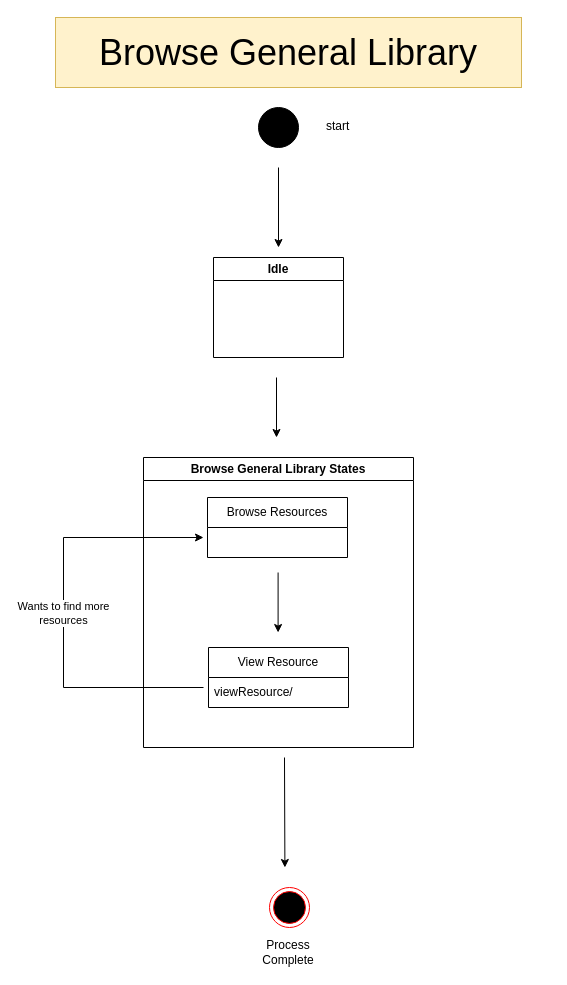
The draw.io diagram page "Browse General Library" (4 of 6) of Models/State Machine Diagram.drawio in ParkinnAuto/StudyMate, before the edit. Source tidied: cells renumbered, new cells numbered last; positions are measured from the earlier drawing's top-left corner, leaving out a move shared by most shapes. Both pictures are drawn from the tidied source at 100%, with x=0, y=0 at pixel (55, 17).
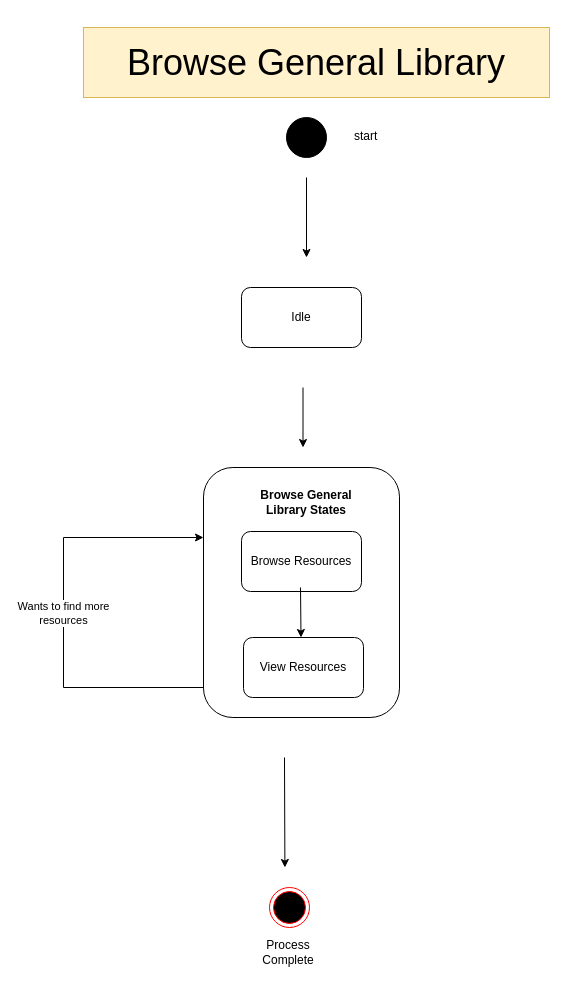
The same diagram, later.

What changed in the source:
```diff
@@
     <mxCell id="2" value="&lt;font style=&quot;font-size: 36px;&quot;&gt;Browse General Library&lt;/font&gt;" style="rounded=0;whiteSpace=wrap;html=1;fillColor=#fff2cc;strokeColor=#d6b656;" parent="1" vertex="1">
-      <mxGeometry width="466" height="70" as="geometry" />
+      <mxGeometry x="28" y="10" width="466" height="70" as="geometry" />
     </mxCell>
     <mxCell id="3" style="ellipse;whiteSpace=wrap;html=1;fillColor=#000000;" parent="1" vertex="1">
-      <mxGeometry x="203" y="90" width="40" height="40" as="geometry" />
+      <mxGeometry x="231" y="100" width="40" height="40" as="geometry" />
     </mxCell>
     <mxCell id="4" value="start" style="text;whiteSpace=wrap;" parent="1" vertex="1">
-      <mxGeometry x="269" y="95" width="30" height="30" as="geometry" />
+      <mxGeometry x="297" y="105" width="30" height="30" as="geometry" />
     </mxCell>
     <mxCell id="5" style="endArrow=classic;html=1;rounded=0;" parent="1" edge="1">
       <mxGeometry relative="1" as="geometry">
-        <mxPoint x="223" y="150" as="sourcePoint" />
-        <mxPoint x="223" y="230" as="targetPoint" />
+        <mxPoint x="251" y="160" as="sourcePoint" />
+        <mxPoint x="251" y="240" as="targetPoint" />
       </mxGeometry>
     </mxCell>
-    <mxCell id="6" value="Idle" style="swimlane;whiteSpace=wrap;html=1;" parent="1" vertex="1">
-      <mxGeometry x="158" y="240" width="130" height="100" as="geometry" />
-    </mxCell>
-    <mxCell id="7" value="Browse General Library States" style="swimlane;whiteSpace=wrap;html=1;" parent="1" vertex="1">
-      <mxGeometry x="88" y="440" width="270" height="290" as="geometry" />
-    </mxCell>
-    <mxCell id="8" style="endArrow=classic;html=1;rounded=0;entryX=0.5;entryY=0;entryDx=0;entryDy=0;" parent="7" edge="1">
-      <mxGeometry relative="1" as="geometry">
-        <mxPoint x="134.6" y="115" as="sourcePoint" />
-        <mxPoint x="134.6" y="175" as="targetPoint" />
-      </mxGeometry>
-    </mxCell>
-    <mxCell id="9" value="Browse Resources" style="swimlane;fontStyle=0;horizontal=1;startSize=30;whiteSpace=wrap;html=1;" parent="7" vertex="1">
-      <mxGeometry x="64" y="40" width="140" height="60" as="geometry" />
-    </mxCell>
-    <mxCell id="10" value="View Resource" style="swimlane;fontStyle=0;horizontal=1;startSize=30;whiteSpace=wrap;html=1;" parent="7" vertex="1">
-      <mxGeometry x="65" y="190" width="140" height="60" as="geometry" />
-    </mxCell>
-    <mxCell id="11" value="viewResource/" style="text;strokeColor=none;fillColor=none;align=left;verticalAlign=middle;spacingLeft=4;spacingRight=4;overflow=hidden;whiteSpace=wrap;html=1;" parent="10" vertex="1">
-      <mxGeometry y="30" width="140" height="30" as="geometry" />
-    </mxCell>
     <mxCell id="12" style="endArrow=classic;html=1;rounded=0;" parent="1" edge="1">
       <mxGeometry relative="1" as="geometry">
-        <mxPoint x="221" y="360" as="sourcePoint" />
-        <mxPoint x="221" y="420" as="targetPoint" />
+        <mxPoint x="247.5" y="370" as="sourcePoint" />
+        <mxPoint x="247.5" y="430" as="targetPoint" />
       </mxGeometry>
     </mxCell>
@@
+    <mxCell id="6" value="Idle" style="rounded=1;whiteSpace=wrap;html=1;" parent="1" vertex="1">
+      <mxGeometry x="186" y="270" width="120" height="60" as="geometry" />
+    </mxCell>
+    <mxCell id="20" style="rounded=1;whiteSpace=wrap;html=1;" parent="1" vertex="1">
+      <mxGeometry x="148" y="450" width="196" height="250" as="geometry" />
+    </mxCell>
+    <mxCell id="9" value="Browse Resources" style="rounded=1;whiteSpace=wrap;html=1;" parent="1" vertex="1">
+      <mxGeometry x="186" y="514" width="120" height="60" as="geometry" />
+    </mxCell>
+    <mxCell id="21" value="View Resources" style="rounded=1;whiteSpace=wrap;html=1;" parent="1" vertex="1">
+      <mxGeometry x="188" y="620" width="120" height="60" as="geometry" />
+    </mxCell>
+    <mxCell id="22" style="endArrow=classic;html=1;rounded=0;entryX=0.5;entryY=0;entryDx=0;entryDy=0;" parent="1" edge="1">
+      <mxGeometry relative="1" as="geometry">
+        <mxPoint x="245" y="570" as="sourcePoint" />
+        <mxPoint x="245.5" y="620" as="targetPoint" />
+      </mxGeometry>
+    </mxCell>
+    <mxCell id="7" value="&lt;span style=&quot;font-weight: 700;&quot;&gt;Browse General Library States&lt;/span&gt;" style="text;html=1;align=center;verticalAlign=middle;whiteSpace=wrap;rounded=0;" parent="1" vertex="1">
+      <mxGeometry x="199" y="470" width="104" height="30" as="geometry" />
+    </mxCell>
```
